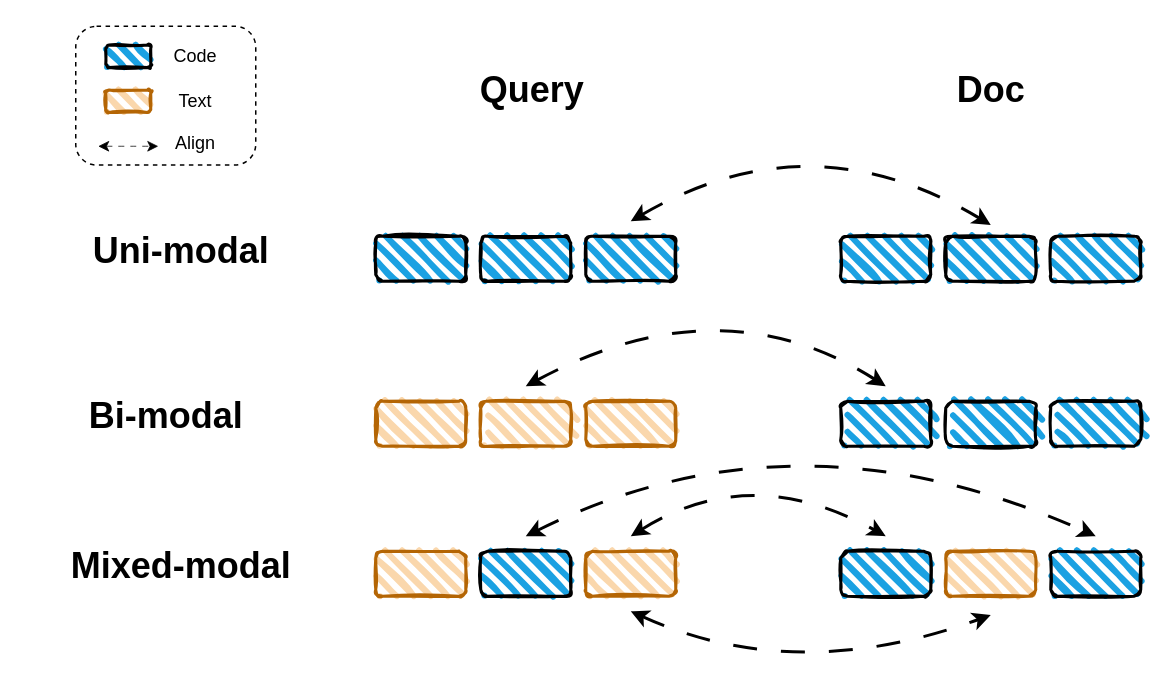
The draw.io diagram 未命名绘图.drawio in jordane95/procqa, before the edit. Source tidied: cells renumbered, new cells numbered last; positions are measured from the earlier drawing's top-left corner, leaving out a move shared by most shapes. Both pictures are drawn from the tidied source at 150%, with x=0, y=0 at pixel (75, 26).
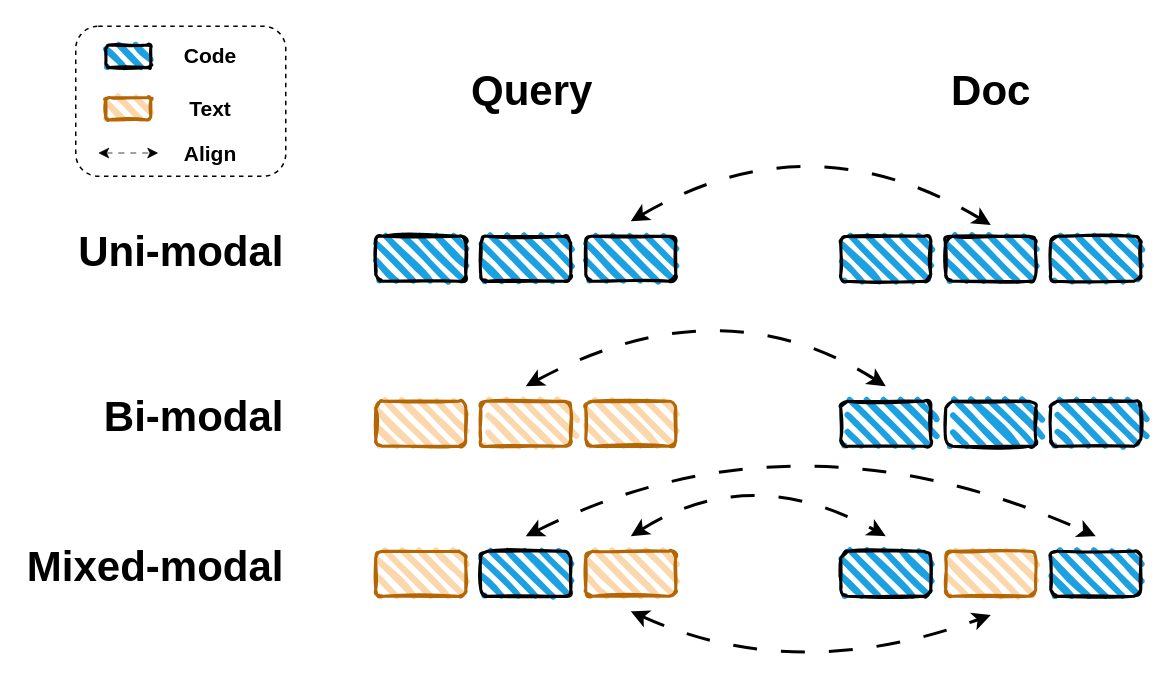
The same page after the edit.

Commit message:
更新未命名绘图.drawio

The edit, as a diff of the source:
```diff
@@
-    <mxCell id="20" value="Uni-modal" style="text;strokeColor=none;fillColor=none;html=1;fontSize=24;fontStyle=1;verticalAlign=middle;align=center;" parent="1" vertex="1">
-      <mxGeometry x="20" y="130" width="100" height="40" as="geometry" />
+    <mxCell id="20" value="&lt;font style=&quot;font-size: 28px;&quot;&gt;Uni-modal&lt;/font&gt;" style="text;strokeColor=none;fillColor=none;html=1;fontSize=24;fontStyle=1;verticalAlign=middle;align=right;" parent="1" vertex="1">
+      <mxGeometry x="40" y="130" width="100" height="40" as="geometry" />
     </mxCell>
-    <mxCell id="21" value="Bi-modal" style="text;strokeColor=none;fillColor=none;html=1;fontSize=24;fontStyle=1;verticalAlign=middle;align=center;" parent="1" vertex="1">
-      <mxGeometry x="10" y="240" width="100" height="40" as="geometry" />
+    <mxCell id="21" value="&lt;font style=&quot;font-size: 28px;&quot;&gt;Bi-modal&lt;/font&gt;" style="text;strokeColor=none;fillColor=none;html=1;fontSize=24;fontStyle=1;verticalAlign=middle;align=right;" parent="1" vertex="1">
+      <mxGeometry x="40" y="240" width="100" height="40" as="geometry" />
     </mxCell>
-    <mxCell id="22" value="Mixed-modal" style="text;strokeColor=none;fillColor=none;html=1;fontSize=24;fontStyle=1;verticalAlign=middle;align=center;" parent="1" vertex="1">
-      <mxGeometry x="20" y="340" width="100" height="40" as="geometry" />
+    <mxCell id="22" value="&lt;font style=&quot;font-size: 28px;&quot;&gt;Mixed-modal&lt;/font&gt;" style="text;strokeColor=none;fillColor=none;html=1;fontSize=24;fontStyle=1;verticalAlign=middle;align=right;" parent="1" vertex="1">
+      <mxGeometry x="40" y="340" width="100" height="40" as="geometry" />
     </mxCell>
     <mxCell id="23" style="rounded=1;whiteSpace=wrap;html=1;fillColor=none;strokeColor=default;dashed=1;" parent="1" vertex="1">
-      <mxGeometry width="120" height="92.5" as="geometry" />
+      <mxGeometry width="140" height="100" as="geometry" />
     </mxCell>
@@
     <mxCell id="25" style="rounded=1;whiteSpace=wrap;html=1;strokeWidth=2;fillWeight=4;hachureGap=8;hachureAngle=45;fillColor=#fad7ac;sketch=1;strokeColor=#b46504;" parent="1" vertex="1">
-      <mxGeometry x="20" y="42.5" width="30" height="15" as="geometry" />
+      <mxGeometry x="20" y="47.5" width="30" height="15" as="geometry" />
     </mxCell>
-    <mxCell id="26" value="Query" style="text;strokeColor=none;fillColor=none;html=1;fontSize=24;fontStyle=1;verticalAlign=middle;align=center;" parent="1" vertex="1">
+    <mxCell id="26" value="&lt;font style=&quot;font-size: 28px;&quot;&gt;Query&lt;/font&gt;" style="text;strokeColor=none;fillColor=none;html=1;fontSize=24;fontStyle=1;verticalAlign=middle;align=center;" parent="1" vertex="1">
       <mxGeometry x="254" y="22.5" width="100" height="40" as="geometry" />
     </mxCell>
-    <mxCell id="27" value="Doc" style="text;strokeColor=none;fillColor=none;html=1;fontSize=24;fontStyle=1;verticalAlign=middle;align=center;" parent="1" vertex="1">
+    <mxCell id="27" value="&lt;font style=&quot;font-size: 28px;&quot;&gt;Doc&lt;/font&gt;" style="text;strokeColor=none;fillColor=none;html=1;fontSize=24;fontStyle=1;verticalAlign=middle;align=center;" parent="1" vertex="1">
       <mxGeometry x="560" y="22.5" width="100" height="40" as="geometry" />
     </mxCell>
@@
-    <mxCell id="33" value="Code" style="text;html=1;strokeColor=none;fillColor=none;align=center;verticalAlign=middle;whiteSpace=wrap;rounded=0;" parent="1" vertex="1">
-      <mxGeometry x="50" y="5" width="60" height="30" as="geometry" />
+    <mxCell id="33" value="&lt;font style=&quot;font-size: 14px;&quot;&gt;&lt;b&gt;Code&lt;/b&gt;&lt;/font&gt;" style="text;html=1;strokeColor=none;fillColor=none;align=center;verticalAlign=middle;whiteSpace=wrap;rounded=0;" parent="1" vertex="1">
+      <mxGeometry x="60" y="5" width="60" height="30" as="geometry" />
     </mxCell>
-    <mxCell id="34" value="Text" style="text;html=1;strokeColor=none;fillColor=none;align=center;verticalAlign=middle;whiteSpace=wrap;rounded=0;" parent="1" vertex="1">
-      <mxGeometry x="50" y="35" width="60" height="30" as="geometry" />
+    <mxCell id="34" value="&lt;font style=&quot;font-size: 14px;&quot;&gt;&lt;b&gt;Text&lt;/b&gt;&lt;/font&gt;" style="text;html=1;strokeColor=none;fillColor=none;align=center;verticalAlign=middle;whiteSpace=wrap;rounded=0;" parent="1" vertex="1">
+      <mxGeometry x="60" y="40" width="60" height="30" as="geometry" />
     </mxCell>
     <mxCell id="35" style="endArrow=classic;startArrow=classic;html=1;curved=1;dashed=1;dashPattern=8 8;strokeWidth=0.5;" parent="1" edge="1">
       <mxGeometry relative="1" as="geometry">
-        <mxPoint x="15" y="80" as="sourcePoint" />
-        <mxPoint x="55" y="80" as="targetPoint" />
+        <mxPoint x="15" y="84.5" as="sourcePoint" />
+        <mxPoint x="55" y="84.5" as="targetPoint" />
       </mxGeometry>
     </mxCell>
-    <mxCell id="36" value="Align" style="text;html=1;strokeColor=none;fillColor=none;align=center;verticalAlign=middle;whiteSpace=wrap;rounded=0;" parent="1" vertex="1">
-      <mxGeometry x="50" y="62.5" width="60" height="30" as="geometry" />
+    <mxCell id="36" value="&lt;font style=&quot;font-size: 14px;&quot;&gt;&lt;b&gt;Align&lt;/b&gt;&lt;/font&gt;" style="text;html=1;strokeColor=none;fillColor=none;align=center;verticalAlign=middle;whiteSpace=wrap;rounded=0;" parent="1" vertex="1">
+      <mxGeometry x="60" y="70" width="60" height="30" as="geometry" />
     </mxCell>
```
